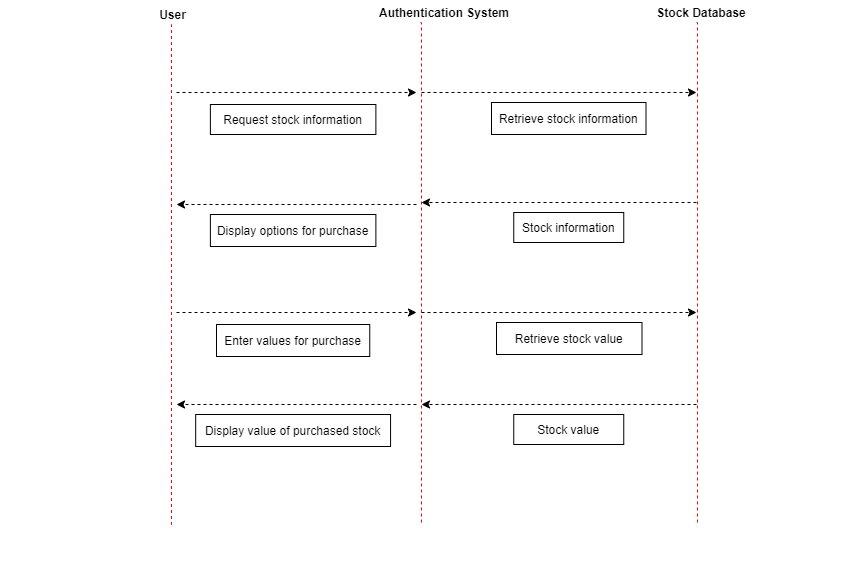
This is System Interaction Diagram.png from Michael-Python/pda_project_planning, a draw.io export, as it was before one commit. Source tidied: cells renumbered, new cells last; positions are measured from the earlier drawing's top-left corner, leaving out a move shared by most shapes.
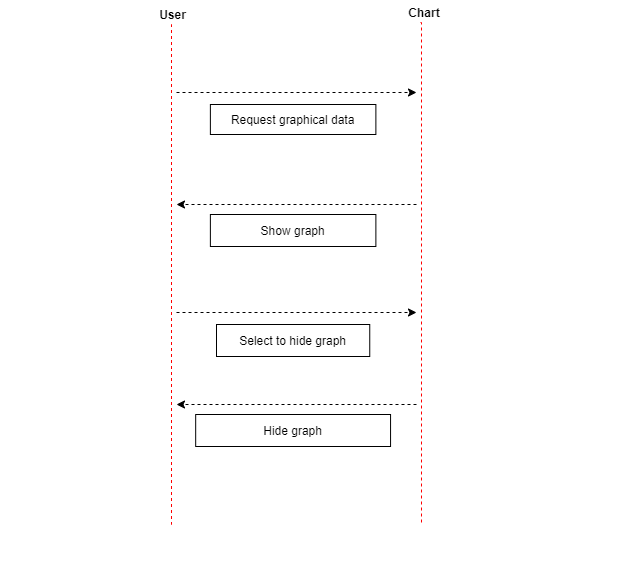
The same file after the commit.

Commit message:
Update System Interaction Diagram 2.png

Diff of the diagram source:
```diff
@@ -11,13 +11,13 @@
         <mxPoint x="170" y="522" as="targetPoint" />
       </mxGeometry>
     </mxCell>
-    <mxCell id="4" value="Display options for purchase" parent="2" vertex="1">
+    <mxCell id="4" value="Show graph" parent="2" vertex="1">
       <mxGeometry x="209.4" y="212" width="165.5" height="32" as="geometry" />
     </mxCell>
-    <mxCell id="5" value="Enter values for purchase" parent="2" vertex="1">
+    <mxCell id="5" value="Select to hide graph" parent="2" vertex="1">
       <mxGeometry x="215.5" y="322" width="153.2" height="32" as="geometry" />
     </mxCell>
-    <mxCell id="6" value="Request stock information" parent="2" vertex="1">
+    <mxCell id="6" value="Request graphical data" parent="2" vertex="1">
       <mxGeometry x="209.4" y="102" width="165.5" height="30" as="geometry" />
     </mxCell>
     <mxCell id="7" style="endArrow=classic;html=1;dashed=1;" parent="2" edge="1">
@@ -26,7 +26,7 @@
         <mxPoint x="175.5" y="202" as="targetPoint" />
       </mxGeometry>
     </mxCell>
-    <mxCell id="8" value="Display value of purchased stock" parent="2" vertex="1">
+    <mxCell id="8" value="Hide graph" parent="2" vertex="1">
       <mxGeometry x="194.7" y="412" width="194.9" height="32" as="geometry" />
     </mxCell>
     <mxCell id="9" style="endArrow=classic;html=1;dashed=1;" parent="2" edge="1">
@@ -35,19 +35,7 @@
         <mxPoint x="175.5" y="402" as="targetPoint" />
       </mxGeometry>
     </mxCell>
-    <mxCell id="10" style="endArrow=classic;html=1;dashed=1;" parent="2" edge="1">
-      <mxGeometry relative="1" as="geometry">
-        <mxPoint x="695.5" y="402" as="sourcePoint" />
-        <mxPoint x="420.5" y="402" as="targetPoint" />
-      </mxGeometry>
-    </mxCell>
-    <mxCell id="11" value="Stock value" parent="2" vertex="1">
-      <mxGeometry x="512.8" y="412" width="110" height="30" as="geometry" />
-    </mxCell>
-    <mxCell id="12" style="edgeStyle=orthogonalEdgeStyle;rounded=0;orthogonalLoop=1;jettySize=auto;html=1;exitX=0.75;exitY=0;exitDx=0;exitDy=0;entryX=0.5;entryY=0;entryDx=0;entryDy=0;dashed=1;endArrow=none;endFill=0;" parent="2" edge="1" source="11" target="11">
-      <mxGeometry relative="1" as="geometry" />
-    </mxCell>
-    <mxCell id="13" value="Authentication System" style="swimlane;whiteSpace=wrap;strokeColor=none;fillColor=none;" parent="1" vertex="1">
+    <mxCell id="13" value="Chart            " style="swimlane;whiteSpace=wrap;strokeColor=none;fillColor=none;startSize=23;" parent="1" vertex="1">
       <mxGeometry x="280.5" y="46" width="325.5" height="570" as="geometry" />
     </mxCell>
     <mxCell id="14" style="edgeStyle=elbowEdgeStyle;elbow=horizontal;verticalAlign=bottom;endArrow=none;endSize=8;strokeColor=#FF0000;endFill=0;rounded=0;dashed=1;" parent="13" edge="1">
@@ -65,48 +53,6 @@
         <mxPoint x="135.5" y="312" as="targetPoint" />
       </mxGeometry>
     </mxCell>
-    <mxCell id="16" style="endArrow=classic;html=1;dashed=1;" parent="13" edge="1">
-      <mxGeometry relative="1" as="geometry">
-        <mxPoint x="140.5" y="92" as="sourcePoint" />
-        <mxPoint x="415.5" y="92" as="targetPoint" />
-      </mxGeometry>
-    </mxCell>
-    <mxCell id="17" value="Retrieve stock value" parent="13" vertex="1">
-      <mxGeometry x="215.5" y="322" width="145.5" height="32" as="geometry" />
-    </mxCell>
-    <mxCell id="18" style="endArrow=classic;html=1;dashed=1;" parent="13" edge="1">
-      <mxGeometry relative="1" as="geometry">
-        <mxPoint x="140.5" y="312" as="sourcePoint" />
-        <mxPoint x="415.5" y="312" as="targetPoint" />
-      </mxGeometry>
-    </mxCell>
-    <mxCell id="19" value="Stock Database" style="swimlane;whiteSpace=wrap;strokeColor=none;" parent="1" vertex="1">
-      <mxGeometry x="560.5" y="46" width="280" height="570" as="geometry" />
-    </mxCell>
-    <mxCell id="20" value="Retrieve stock information" parent="19" vertex="1">
-      <mxGeometry x="-69.5" y="102" width="154.5" height="32" as="geometry" />
-    </mxCell>
-    <mxCell id="21" style="edgeStyle=elbowEdgeStyle;elbow=horizontal;verticalAlign=bottom;endArrow=none;endSize=8;strokeColor=#FF0000;endFill=0;rounded=0;dashed=1;" parent="19" edge="1">
-      <mxGeometry x="-344" y="-156" as="geometry">
-        <mxPoint x="135.5" y="22" as="sourcePoint" />
-        <mxPoint x="136.5" y="522" as="targetPoint" />
-        <Array as="points">
-          <mxPoint x="136.5" y="-46" />
-        </Array>
-      </mxGeometry>
-    </mxCell>
-    <mxCell id="22" style="endArrow=classic;html=1;dashed=1;" parent="19" edge="1">
-      <mxGeometry relative="1" as="geometry">
-        <mxPoint x="135.5" y="202" as="sourcePoint" />
-        <mxPoint x="-139.5" y="202" as="targetPoint" />
-      </mxGeometry>
-    </mxCell>
-    <mxCell id="23" value="Stock information" parent="19" vertex="1">
-      <mxGeometry x="-47.2" y="212" width="110" height="30" as="geometry" />
-    </mxCell>
-    <mxCell id="24" style="edgeStyle=orthogonalEdgeStyle;rounded=0;orthogonalLoop=1;jettySize=auto;html=1;exitX=0.75;exitY=0;exitDx=0;exitDy=0;entryX=0.5;entryY=0;entryDx=0;entryDy=0;dashed=1;endArrow=none;endFill=0;" parent="19" edge="1" source="23" target="23">
-      <mxGeometry relative="1" as="geometry" />
-    </mxCell>
     <mxCell id="25" style="endArrow=classic;html=1;dashed=1;" parent="1" edge="1">
       <mxGeometry relative="1" as="geometry">
         <mxPoint x="176" y="138" as="sourcePoint" />
```
